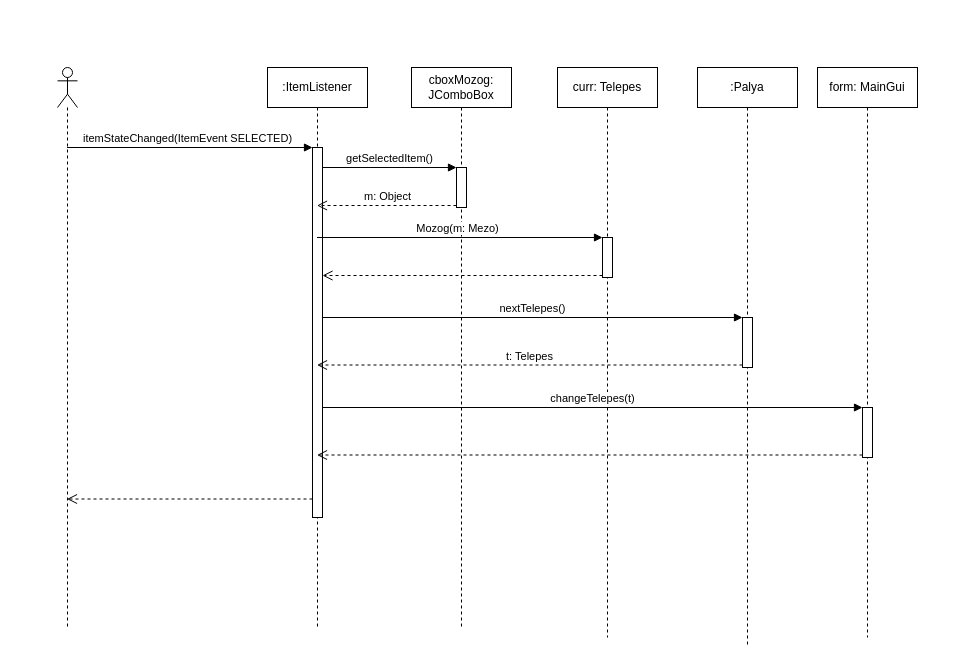
The draw.io diagram doc/UIszek/telepes_mozog.drawio in torpeBoiGo/aszteroidabanyaszat, before the edit. Source tidied: cells renumbered, new cells numbered last; positions are measured from the earlier drawing's top-left corner, leaving out a move shared by most shapes. Both pictures are drawn from the tidied source at 100%, with x=0, y=0 at pixel (57, 67).
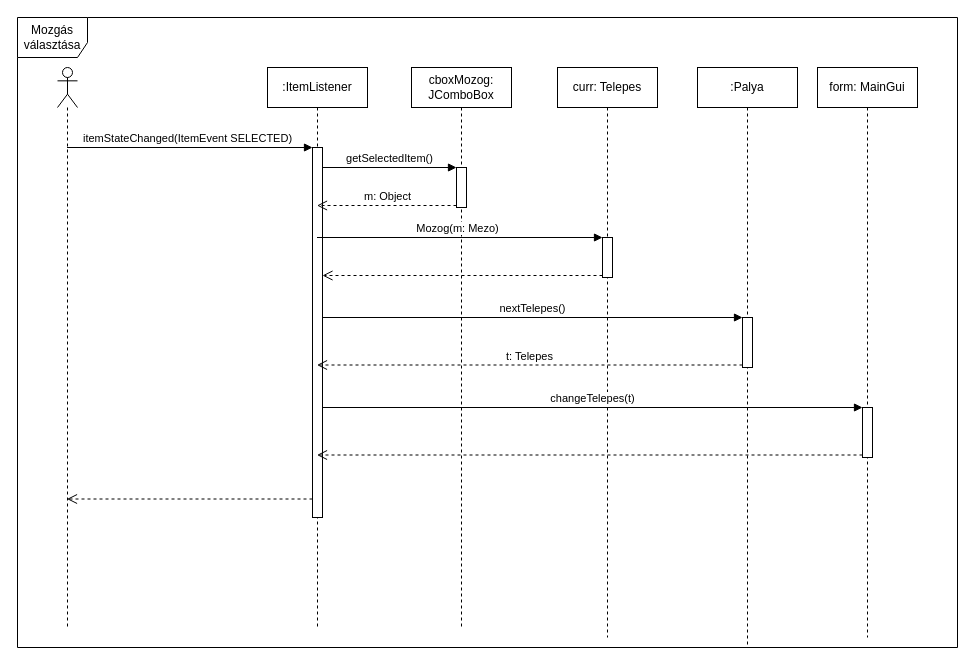
The same diagram, later.

The edit, as a diff of the source:
```diff
@@
+    <mxCell id="23" value="Mozgás választása" style="shape=umlFrame;whiteSpace=wrap;html=1;width=70;height=40;" parent="1" vertex="1">
+      <mxGeometry x="-40" y="-50" width="940" height="630" as="geometry" />
+    </mxCell>
```
